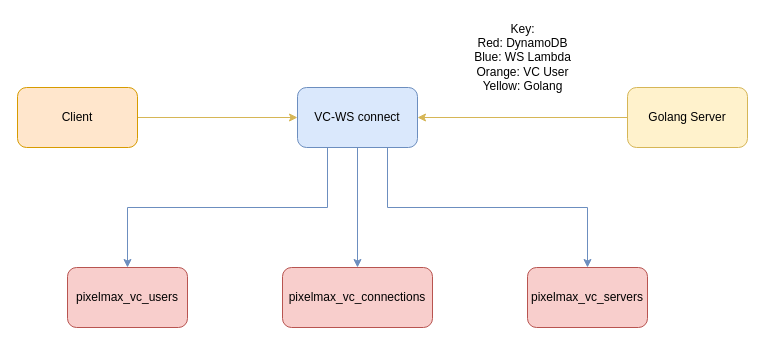
This is page "Page-3" (3 of 4) of Untitled Diagram.drawio from LJS22/simple-peer, a draw.io file, before an edit. Source tidied: cells renumbered, new cells numbered last; positions are measured from the earlier drawing's top-left corner, leaving out a move shared by most shapes. Both pictures are drawn from the tidied source at 100%, with x=0, y=0 at pixel (17, 17).
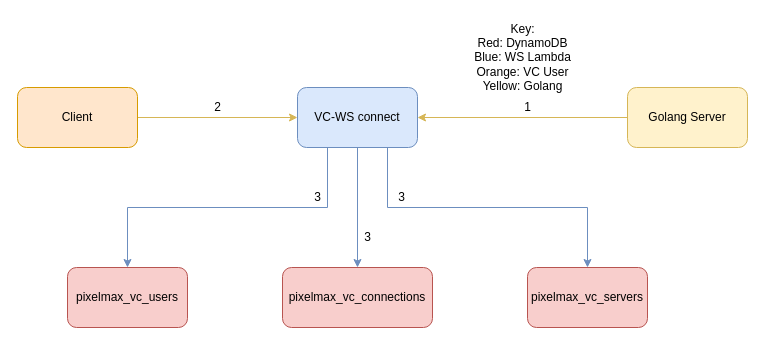
Above is the later version.

Change to the diagram source:
```diff
@@
 <mxGraphModel>
   <root>
     <mxCell id="0" />
     <mxCell id="1" parent="0" />
     <mxCell id="2" style="edgeStyle=orthogonalEdgeStyle;rounded=0;jettySize=auto;html=1;exitX=1;exitY=0.5;exitDx=0;exitDy=0;entryX=0;entryY=0.5;entryDx=0;entryDy=0;strokeColor=#d6b656;strokeWidth=1;fillColor=#fff2cc;" parent="1" edge="1" source="3" target="9">
       <mxGeometry relative="1" as="geometry" />
     </mxCell>
     <mxCell id="3" value="Client" style="rounded=1;whiteSpace=wrap;html=1;fillColor=#ffe6cc;strokeColor=#d79b00;" parent="1" vertex="1">
       <mxGeometry y="70" width="120" height="60" as="geometry" />
     </mxCell>
     <mxCell id="4" style="edgeStyle=orthogonalEdgeStyle;rounded=0;jettySize=auto;html=1;exitX=0;exitY=0.5;exitDx=0;exitDy=0;entryX=1;entryY=0.5;entryDx=0;entryDy=0;strokeColor=#d6b656;strokeWidth=1;fillColor=#fff2cc;" parent="1" edge="1" source="5" target="9">
       <mxGeometry relative="1" as="geometry" />
     </mxCell>
     <mxCell id="5" value="Golang Server" style="rounded=1;whiteSpace=wrap;html=1;fillColor=#fff2cc;strokeColor=#d6b656;" parent="1" vertex="1">
       <mxGeometry x="610" y="70" width="120" height="60" as="geometry" />
     </mxCell>
     <mxCell id="6" style="edgeStyle=orthogonalEdgeStyle;rounded=0;jettySize=auto;html=1;exitX=0.5;exitY=1;exitDx=0;exitDy=0;strokeColor=#6c8ebf;strokeWidth=1;fillColor=#dae8fc;" parent="1" edge="1" source="9" target="12">
       <mxGeometry relative="1" as="geometry" />
     </mxCell>
     <mxCell id="7" style="edgeStyle=orthogonalEdgeStyle;rounded=0;jettySize=auto;html=1;exitX=0.75;exitY=1;exitDx=0;exitDy=0;strokeColor=#6c8ebf;strokeWidth=1;fillColor=#dae8fc;" parent="1" edge="1" source="9" target="10">
       <mxGeometry relative="1" as="geometry" />
     </mxCell>
     <mxCell id="8" style="edgeStyle=orthogonalEdgeStyle;rounded=0;jettySize=auto;html=1;exitX=0.25;exitY=1;exitDx=0;exitDy=0;strokeColor=#6c8ebf;strokeWidth=1;fillColor=#dae8fc;" parent="1" edge="1" source="9" target="11">
       <mxGeometry relative="1" as="geometry" />
     </mxCell>
     <mxCell id="9" value="VC-WS connect" style="rounded=1;whiteSpace=wrap;html=1;fillColor=#dae8fc;strokeColor=#6c8ebf;" parent="1" vertex="1">
       <mxGeometry x="280" y="70" width="120" height="60" as="geometry" />
     </mxCell>
     <mxCell id="10" value="pixelmax_vc_servers" style="rounded=1;whiteSpace=wrap;html=1;fillColor=#f8cecc;strokeColor=#b85450;" parent="1" vertex="1">
       <mxGeometry x="510" y="250" width="120" height="60" as="geometry" />
     </mxCell>
     <mxCell id="11" value="pixelmax_vc_users" style="rounded=1;whiteSpace=wrap;html=1;fillColor=#f8cecc;strokeColor=#b85450;" parent="1" vertex="1">
       <mxGeometry x="50" y="250" width="120" height="60" as="geometry" />
     </mxCell>
     <mxCell id="12" value="pixelmax_vc_connections" style="rounded=1;whiteSpace=wrap;html=1;fillColor=#f8cecc;strokeColor=#b85450;" parent="1" vertex="1">
       <mxGeometry x="265" y="250" width="150" height="60" as="geometry" />
     </mxCell>
     <mxCell id="13" value="Key:&lt;br&gt;Red: DynamoDB&lt;br&gt;Blue: WS Lambda&lt;br&gt;Orange: VC User&lt;br&gt;Yellow: Golang" style="text;html=1;align=center;verticalAlign=middle;strokeColor=none;fillColor=none;" parent="1" vertex="1">
       <mxGeometry x="450" width="110" height="80" as="geometry" />
     </mxCell>
+    <mxCell id="14" value="2" style="text;html=1;align=center;verticalAlign=middle;strokeColor=none;fillColor=none;" parent="1" vertex="1">
+      <mxGeometry x="190" y="80" width="20" height="20" as="geometry" />
+    </mxCell>
+    <mxCell id="15" value="1" style="text;html=1;align=center;verticalAlign=middle;strokeColor=none;fillColor=none;" parent="1" vertex="1">
+      <mxGeometry x="500" y="80" width="20" height="20" as="geometry" />
+    </mxCell>
+    <mxCell id="16" value="3" style="text;html=1;align=center;verticalAlign=middle;strokeColor=none;fillColor=none;" parent="1" vertex="1">
+      <mxGeometry x="374" y="170" width="20" height="20" as="geometry" />
+    </mxCell>
+    <mxCell id="17" value="3" style="text;html=1;align=center;verticalAlign=middle;strokeColor=none;fillColor=none;" parent="1" vertex="1">
+      <mxGeometry x="290" y="170" width="20" height="20" as="geometry" />
+    </mxCell>
+    <mxCell id="18" value="3" style="text;html=1;align=center;verticalAlign=middle;strokeColor=none;fillColor=none;" parent="1" vertex="1">
+      <mxGeometry x="340" y="210" width="20" height="20" as="geometry" />
+    </mxCell>
   </root>
 </mxGraphModel>
```
